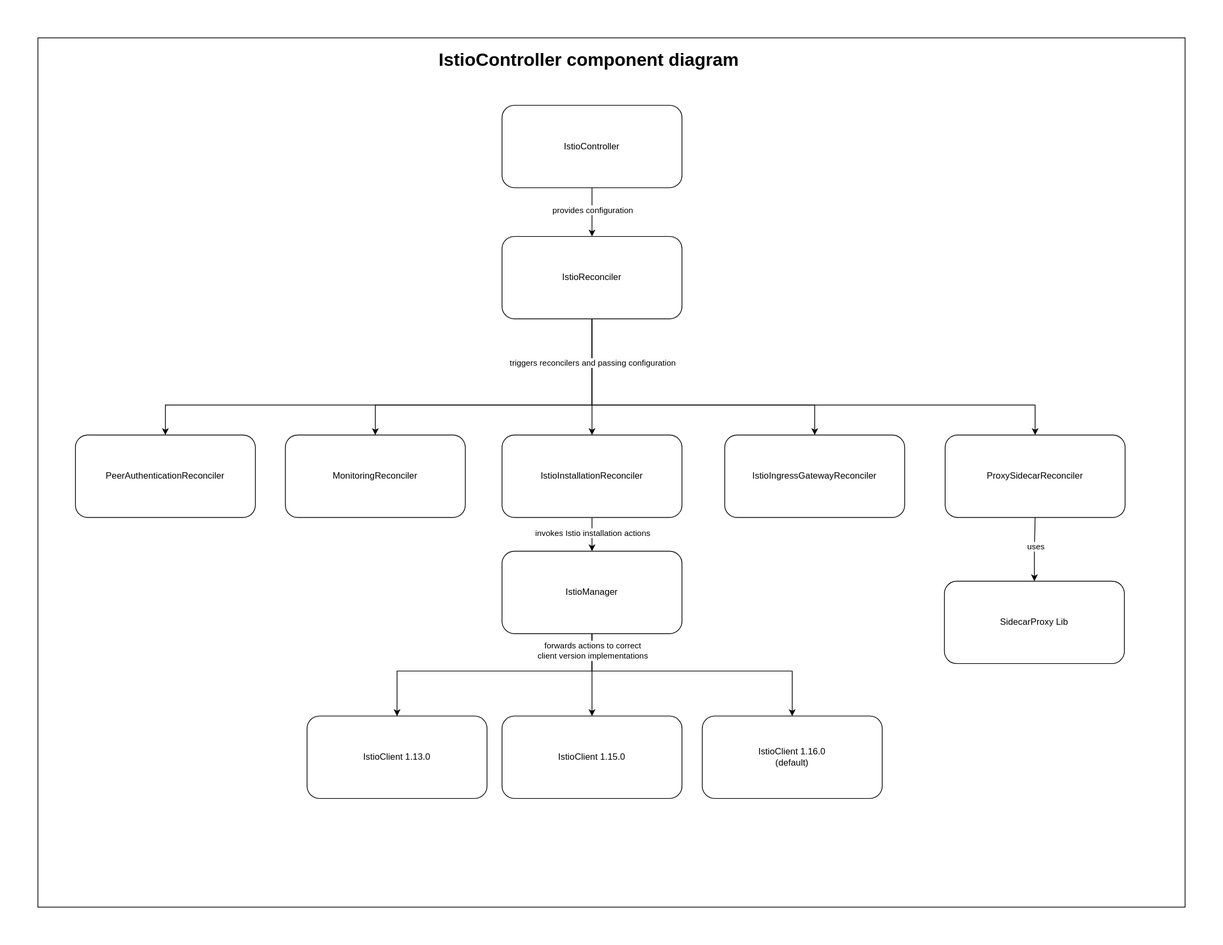
Above: docs/controller-component-diagram.svg in kyma-project/istio (draw.io), before the change. Source tidied: cells renumbered, new cells last; positions are measured from the earlier drawing's top-left corner, leaving out a move shared by most shapes. Source of this version:
```xml
<mxGraphModel>
  <root>
    <mxCell id="0" />
    <mxCell id="1" parent="0" />
    <mxCell id="2" style="rounded=0;whiteSpace=wrap;html=1;fillColor=none;" parent="1" vertex="1">
      <mxGeometry width="1530" height="1160" as="geometry" />
    </mxCell>
    <mxCell id="3" value="IstioController" style="rounded=1;whiteSpace=wrap;html=1;" parent="1" vertex="1">
      <mxGeometry x="619" y="90" width="240" height="110" as="geometry" />
    </mxCell>
    <mxCell id="4" style="edgeStyle=orthogonalEdgeStyle;rounded=0;jettySize=auto;html=1;" parent="1" edge="1" source="6" target="25">
      <mxGeometry relative="1" as="geometry" />
    </mxCell>
    <mxCell id="5" value="invokes Istio installation actions" style="edgeLabel;html=1;align=center;verticalAlign=middle;" parent="4" vertex="1">
      <mxGeometry x="-0.07" relative="1" as="geometry" />
    </mxCell>
    <mxCell id="6" value="IstioInstallationReconciler" style="rounded=1;whiteSpace=wrap;html=1;" parent="1" vertex="1">
      <mxGeometry x="619" y="530" width="240" height="110" as="geometry" />
    </mxCell>
    <mxCell id="7" style="edgeStyle=orthogonalEdgeStyle;rounded=0;jettySize=auto;html=1;entryX=0.5;entryY=1;entryDx=0;entryDy=0;startArrow=classic;startFill=1;endArrow=none;endFill=0;" parent="1" edge="1" source="12" target="3">
      <mxGeometry relative="1" as="geometry" />
    </mxCell>
    <mxCell id="8" value="provides configuration" style="edgeLabel;html=1;align=center;verticalAlign=middle;" parent="7" vertex="1">
      <mxGeometry x="0.1" relative="1" as="geometry" />
    </mxCell>
    <mxCell id="9" style="edgeStyle=orthogonalEdgeStyle;rounded=0;jettySize=auto;html=1;entryX=0.5;entryY=0;entryDx=0;entryDy=0;" parent="1" edge="1" source="12" target="29">
      <mxGeometry relative="1" as="geometry">
        <Array as="points">
          <mxPoint x="739" y="490" />
          <mxPoint x="450" y="490" />
        </Array>
      </mxGeometry>
    </mxCell>
    <mxCell id="10" style="edgeStyle=orthogonalEdgeStyle;rounded=0;jettySize=auto;html=1;entryX=0.5;entryY=0;entryDx=0;entryDy=0;" parent="1" edge="1" source="12" target="6">
      <mxGeometry relative="1" as="geometry" />
    </mxCell>
    <mxCell id="11" style="edgeStyle=orthogonalEdgeStyle;rounded=0;jettySize=auto;html=1;" parent="1" edge="1" source="12" target="30">
      <mxGeometry relative="1" as="geometry">
        <Array as="points">
          <mxPoint x="739" y="490" />
          <mxPoint x="170" y="490" />
        </Array>
      </mxGeometry>
    </mxCell>
    <mxCell id="12" value="IstioReconciler" style="rounded=1;whiteSpace=wrap;html=1;" parent="1" vertex="1">
      <mxGeometry x="619" y="265" width="240" height="110" as="geometry" />
    </mxCell>
    <mxCell id="13" style="edgeStyle=orthogonalEdgeStyle;rounded=0;jettySize=auto;html=1;entryX=0.5;entryY=1;entryDx=0;entryDy=0;startArrow=classic;startFill=1;endArrow=none;endFill=0;" parent="1" edge="1" source="15" target="17">
      <mxGeometry relative="1" as="geometry" />
    </mxCell>
    <mxCell id="14" value="uses" style="edgeLabel;html=1;align=center;verticalAlign=middle;" parent="13" vertex="1">
      <mxGeometry x="0.12" relative="1" as="geometry" />
    </mxCell>
    <mxCell id="15" value="SidecarProxy Lib" style="rounded=1;whiteSpace=wrap;html=1;" parent="1" vertex="1">
      <mxGeometry x="1209" y="725" width="240" height="110" as="geometry" />
    </mxCell>
    <mxCell id="16" style="edgeStyle=orthogonalEdgeStyle;rounded=0;jettySize=auto;html=1;entryX=0.5;entryY=1;entryDx=0;entryDy=0;startArrow=classic;startFill=1;endArrow=none;endFill=0;" parent="1" edge="1" source="17" target="12">
      <mxGeometry relative="1" as="geometry">
        <Array as="points">
          <mxPoint x="1330" y="490" />
          <mxPoint x="739" y="490" />
        </Array>
      </mxGeometry>
    </mxCell>
    <mxCell id="17" value="ProxySidecarReconciler" style="rounded=1;whiteSpace=wrap;html=1;" parent="1" vertex="1">
      <mxGeometry x="1210" y="530" width="240" height="110" as="geometry" />
    </mxCell>
    <mxCell id="18" style="edgeStyle=orthogonalEdgeStyle;rounded=0;jettySize=auto;html=1;entryX=0.5;entryY=1;entryDx=0;entryDy=0;startArrow=classic;startFill=1;endArrow=none;endFill=0;" parent="1" edge="1" source="20" target="12">
      <mxGeometry relative="1" as="geometry">
        <Array as="points">
          <mxPoint x="1036" y="490" />
          <mxPoint x="739" y="490" />
        </Array>
      </mxGeometry>
    </mxCell>
    <mxCell id="19" value="triggers reconcilers and passing configuration" style="edgeLabel;html=1;align=center;verticalAlign=middle;" parent="18" vertex="1">
      <mxGeometry x="0.61" y="-1" relative="1" as="geometry">
        <mxPoint x="-1" y="-30" as="offset" />
      </mxGeometry>
    </mxCell>
    <mxCell id="20" value="IstioIngressGatewayReconciler" style="rounded=1;whiteSpace=wrap;html=1;" parent="1" vertex="1">
      <mxGeometry x="916" y="530" width="240" height="110" as="geometry" />
    </mxCell>
    <mxCell id="21" style="edgeStyle=orthogonalEdgeStyle;rounded=0;jettySize=auto;html=1;" parent="1" edge="1" source="25" target="26">
      <mxGeometry relative="1" as="geometry">
        <Array as="points">
          <mxPoint x="739" y="845" />
          <mxPoint x="1006" y="845" />
        </Array>
      </mxGeometry>
    </mxCell>
    <mxCell id="22" style="edgeStyle=orthogonalEdgeStyle;rounded=0;jettySize=auto;html=1;entryX=0.5;entryY=0;entryDx=0;entryDy=0;" parent="1" edge="1" source="25" target="28">
      <mxGeometry relative="1" as="geometry" />
    </mxCell>
    <mxCell id="23" style="edgeStyle=orthogonalEdgeStyle;rounded=0;jettySize=auto;html=1;" parent="1" edge="1" source="25" target="27">
      <mxGeometry relative="1" as="geometry">
        <Array as="points">
          <mxPoint x="739" y="845" />
          <mxPoint x="479" y="845" />
        </Array>
      </mxGeometry>
    </mxCell>
    <mxCell id="24" value="forwards actions to correct &lt;br&gt;client version implementations" style="edgeLabel;html=1;align=center;verticalAlign=middle;" parent="23" vertex="1">
      <mxGeometry x="-0.88" relative="1" as="geometry" />
    </mxCell>
    <mxCell id="25" value="IstioManager" style="rounded=1;whiteSpace=wrap;html=1;" parent="1" vertex="1">
      <mxGeometry x="619" y="685" width="240" height="110" as="geometry" />
    </mxCell>
    <mxCell id="26" value="IstioClient 1.16.0&lt;br&gt;(default)" style="rounded=1;whiteSpace=wrap;html=1;" parent="1" vertex="1">
      <mxGeometry x="886" y="905" width="240" height="110" as="geometry" />
    </mxCell>
    <mxCell id="27" value="IstioClient 1.13.0" style="rounded=1;whiteSpace=wrap;html=1;" parent="1" vertex="1">
      <mxGeometry x="359" y="905" width="240" height="110" as="geometry" />
    </mxCell>
    <mxCell id="28" value="IstioClient 1.15.0" style="rounded=1;whiteSpace=wrap;html=1;" parent="1" vertex="1">
      <mxGeometry x="619" y="905" width="240" height="110" as="geometry" />
    </mxCell>
    <mxCell id="29" value="MonitoringReconciler" style="rounded=1;whiteSpace=wrap;html=1;" parent="1" vertex="1">
      <mxGeometry x="330" y="530" width="240" height="110" as="geometry" />
    </mxCell>
    <mxCell id="30" value="PeerAuthenticationReconciler" style="rounded=1;whiteSpace=wrap;html=1;" parent="1" vertex="1">
      <mxGeometry x="50" y="530" width="240" height="110" as="geometry" />
    </mxCell>
    <mxCell id="31" value="&lt;h1&gt;IstioController component diagram&lt;/h1&gt;" style="text;html=1;strokeColor=none;fillColor=none;spacing=5;spacingTop=-20;whiteSpace=wrap;overflow=hidden;rounded=0;" parent="1" vertex="1">
      <mxGeometry x="530" y="10" width="490" height="50" as="geometry" />
    </mxCell>
  </root>
</mxGraphModel>
```
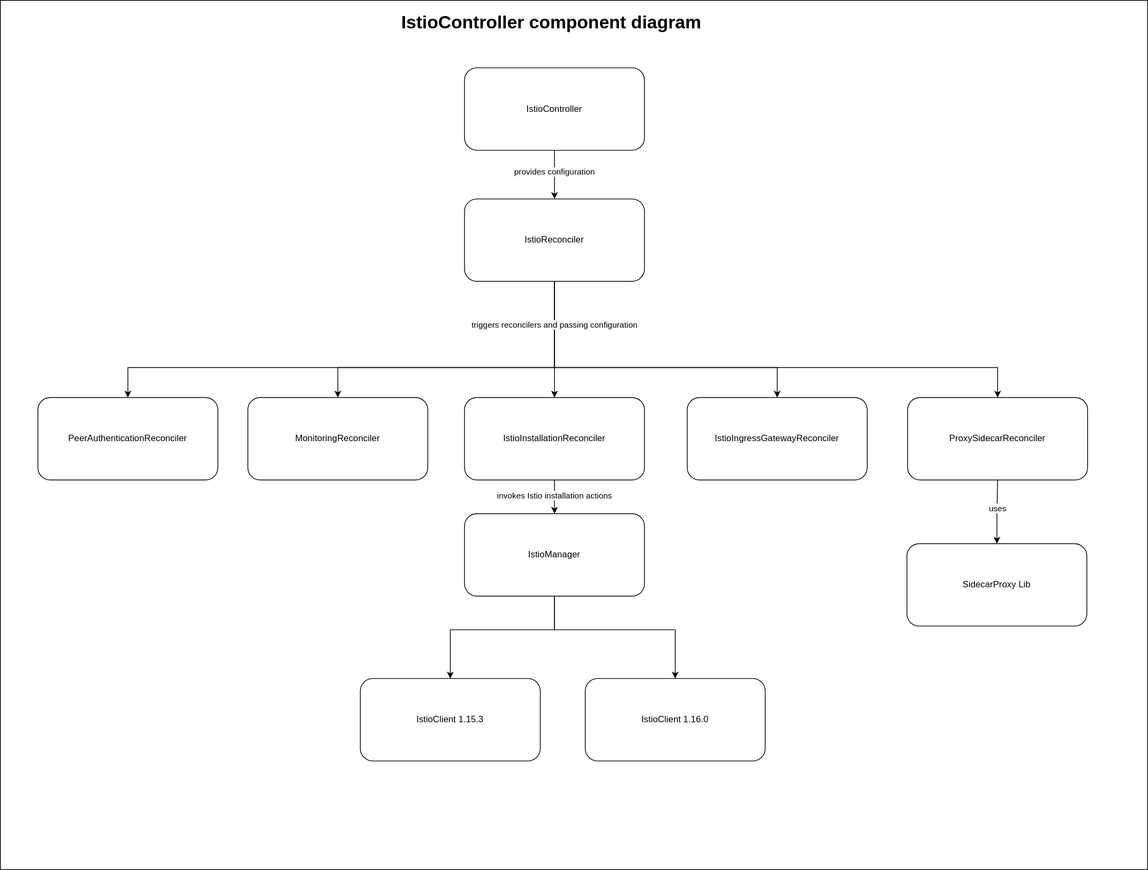
Later version of the same file.

The edit, as a diff of the source:
```diff
@@ -81,39 +81,30 @@
     <mxCell id="20" value="IstioIngressGatewayReconciler" style="rounded=1;whiteSpace=wrap;html=1;" parent="1" vertex="1">
       <mxGeometry x="916" y="530" width="240" height="110" as="geometry" />
     </mxCell>
-    <mxCell id="21" style="edgeStyle=orthogonalEdgeStyle;rounded=0;jettySize=auto;html=1;" parent="1" edge="1" source="25" target="26">
+    <mxCell id="21" style="edgeStyle=orthogonalEdgeStyle;rounded=0;jettySize=auto;html=1;entryX=0.5;entryY=0;entryDx=0;entryDy=0;" parent="1" edge="1" source="25" target="26">
       <mxGeometry relative="1" as="geometry">
         <Array as="points">
-          <mxPoint x="739" y="845" />
-          <mxPoint x="1006" y="845" />
+          <mxPoint x="739" y="840" />
+          <mxPoint x="900" y="840" />
         </Array>
       </mxGeometry>
     </mxCell>
     <mxCell id="22" style="edgeStyle=orthogonalEdgeStyle;rounded=0;jettySize=auto;html=1;entryX=0.5;entryY=0;entryDx=0;entryDy=0;" parent="1" edge="1" source="25" target="28">
-      <mxGeometry relative="1" as="geometry" />
+      <mxGeometry relative="1" as="geometry">
+        <Array as="points">
+          <mxPoint x="739" y="840" />
+          <mxPoint x="600" y="840" />
+        </Array>
+      </mxGeometry>
     </mxCell>
-    <mxCell id="23" style="edgeStyle=orthogonalEdgeStyle;rounded=0;jettySize=auto;html=1;" parent="1" edge="1" source="25" target="27">
-      <mxGeometry relative="1" as="geometry">
-        <Array as="points">
-          <mxPoint x="739" y="845" />
-          <mxPoint x="479" y="845" />
-        </Array>
-      </mxGeometry>
-    </mxCell>
-    <mxCell id="24" value="forwards actions to correct &lt;br&gt;client version implementations" style="edgeLabel;html=1;align=center;verticalAlign=middle;" parent="23" vertex="1">
-      <mxGeometry x="-0.88" relative="1" as="geometry" />
-    </mxCell>
     <mxCell id="25" value="IstioManager" style="rounded=1;whiteSpace=wrap;html=1;" parent="1" vertex="1">
       <mxGeometry x="619" y="685" width="240" height="110" as="geometry" />
     </mxCell>
-    <mxCell id="26" value="IstioClient 1.16.0&lt;br&gt;(default)" style="rounded=1;whiteSpace=wrap;html=1;" parent="1" vertex="1">
-      <mxGeometry x="886" y="905" width="240" height="110" as="geometry" />
+    <mxCell id="26" value="IstioClient 1.16.0" style="rounded=1;whiteSpace=wrap;html=1;" parent="1" vertex="1">
+      <mxGeometry x="780" y="905" width="240" height="110" as="geometry" />
     </mxCell>
-    <mxCell id="27" value="IstioClient 1.13.0" style="rounded=1;whiteSpace=wrap;html=1;" parent="1" vertex="1">
-      <mxGeometry x="359" y="905" width="240" height="110" as="geometry" />
-    </mxCell>
-    <mxCell id="28" value="IstioClient 1.15.0" style="rounded=1;whiteSpace=wrap;html=1;" parent="1" vertex="1">
-      <mxGeometry x="619" y="905" width="240" height="110" as="geometry" />
+    <mxCell id="28" value="IstioClient 1.15.3" style="rounded=1;whiteSpace=wrap;html=1;" parent="1" vertex="1">
+      <mxGeometry x="480" y="905" width="240" height="110" as="geometry" />
     </mxCell>
     <mxCell id="29" value="MonitoringReconciler" style="rounded=1;whiteSpace=wrap;html=1;" parent="1" vertex="1">
       <mxGeometry x="330" y="530" width="240" height="110" as="geometry" />
```
